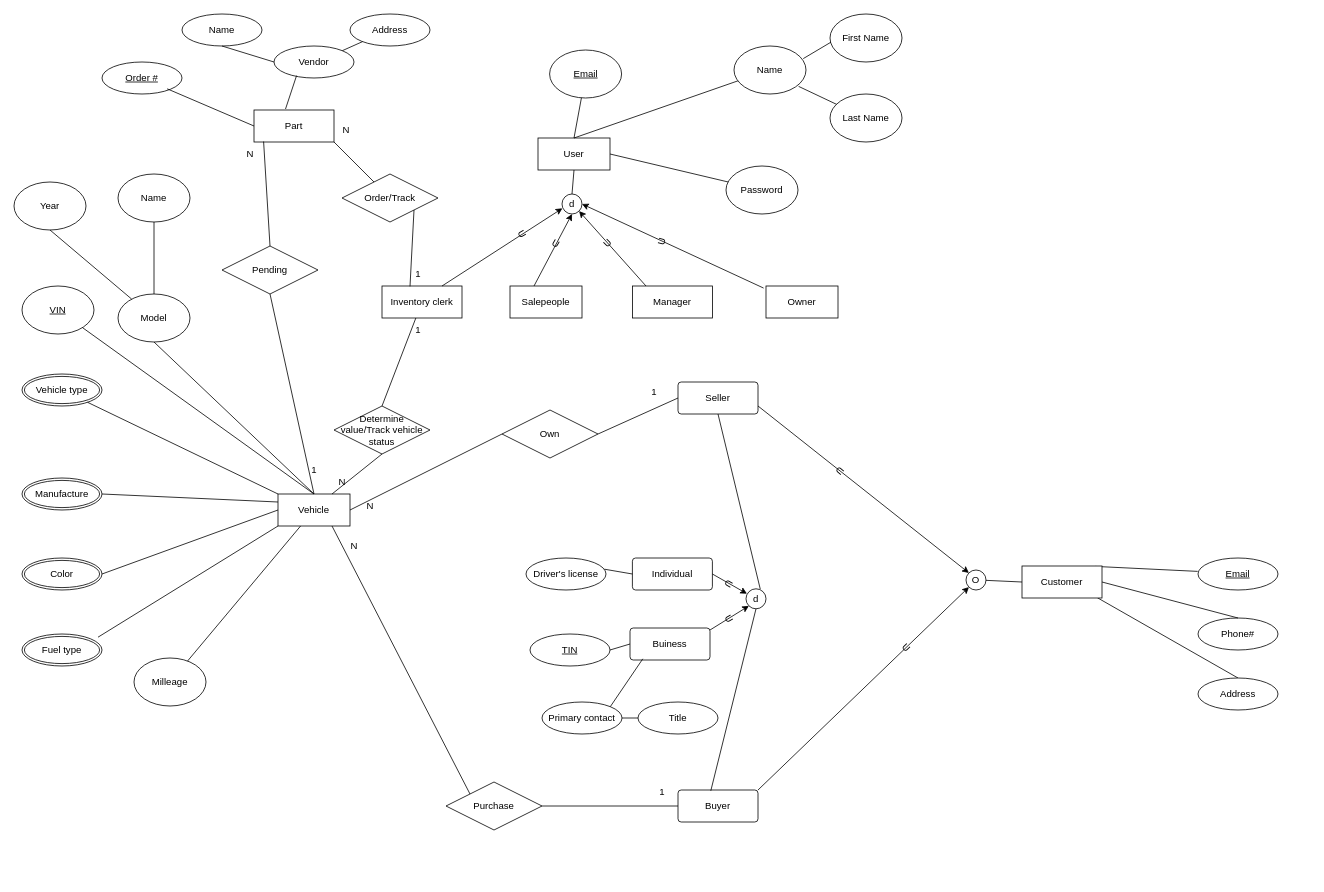
Above: eer/BuzzCar.drawio in elisegao/cs6400 (draw.io), before the change. Source tidied: cells renumbered, new cells numbered last; positions are measured from the earlier drawing's top-left corner, leaving out a move shared by most shapes. Both pictures are drawn from the tidied source at 80%, with x=0, y=0 at pixel (14, 14).
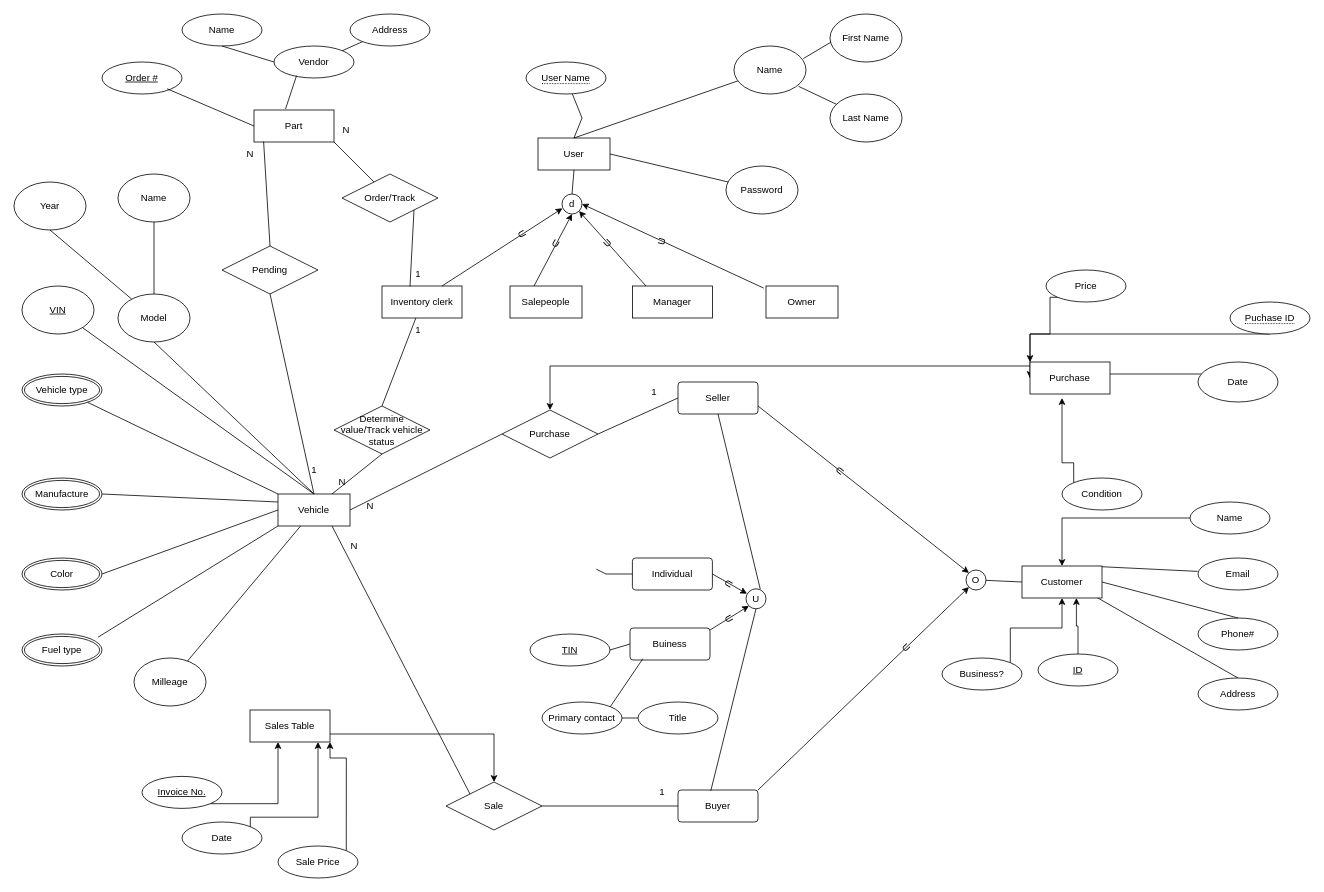
Above is the later version.

The change refers to these unchanged cells:
```xml
<mxCell id="2" value="&lt;font style=&quot;font-size: 12px;&quot;&gt;User&lt;/font&gt;" style="rounded=0;whiteSpace=wrap;html=1;" parent="1" vertex="1">
  <mxGeometry x="655" y="155" width="90" height="40" as="geometry" />
</mxCell>
<mxCell id="73" value="Customer" style="whiteSpace=wrap;html=1;align=center;" parent="1" vertex="1">
  <mxGeometry x="1260" y="690" width="100" height="40" as="geometry" />
</mxCell>
<mxCell id="75" value="Individual" style="rounded=1;arcSize=10;whiteSpace=wrap;html=1;align=center;" parent="1" vertex="1">
  <mxGeometry x="773" y="680" width="100" height="40" as="geometry" />
</mxCell>
```

The edit, as a diff of the source:
```diff
@@
-    <mxCell id="9" value="&lt;font style=&quot;font-size: 12px;&quot;&gt;&lt;u style=&quot;&quot;&gt;Email&lt;/u&gt;&lt;/font&gt;" style="ellipse;whiteSpace=wrap;html=1;" parent="1" vertex="1">
-      <mxGeometry x="669.5" y="45" width="90" height="60" as="geometry" />
-    </mxCell>
-    <mxCell id="10" style="endArrow=none;html=1;rounded=0;exitX=0.5;exitY=0;exitDx=0;exitDy=0;" parent="1" edge="1" source="2" target="9">
-      <mxGeometry relative="1" as="geometry" />
+    <mxCell id="10" style="endArrow=none;html=1;rounded=0;exitX=0.5;exitY=0;exitDx=0;exitDy=0;" parent="1" edge="1" source="2" target="120">
+      <mxGeometry relative="1" as="geometry">
+        <Array as="points">
+          <mxPoint x="710" y="130" />
+        </Array>
+      </mxGeometry>
     </mxCell>
@@
-    <mxCell id="66" value="&lt;u&gt;Email&lt;/u&gt;" style="ellipse;whiteSpace=wrap;html=1;align=center;" parent="1" vertex="1">
+    <mxCell id="66" value="Email" style="ellipse;whiteSpace=wrap;html=1;align=center;" parent="1" vertex="1">
       <mxGeometry x="1480" y="680" width="100" height="40" as="geometry" />
     </mxCell>
@@
-    <mxCell id="77" value="d" style="ellipse;whiteSpace=wrap;html=1;" parent="1" vertex="1">
+    <mxCell id="77" value="U" style="ellipse;whiteSpace=wrap;html=1;" parent="1" vertex="1">
       <mxGeometry x="915" y="718.5" width="25" height="25" as="geometry" />
     </mxCell>
@@
-    <mxCell id="86" value="Driver's license" style="ellipse;whiteSpace=wrap;html=1;align=center;" parent="1" vertex="1">
-      <mxGeometry x="640" y="680" width="100" height="40" as="geometry" />
-    </mxCell>
-    <mxCell id="87" style="endArrow=none;html=1;rounded=0;entryX=0;entryY=0.5;entryDx=0;entryDy=0;exitX=0.98;exitY=0.35;exitDx=0;exitDy=0;exitPerimeter=0;" parent="1" edge="1" source="86" target="75">
-      <mxGeometry relative="1" as="geometry" />
+    <mxCell id="87" style="endArrow=none;html=1;rounded=0;entryX=0;entryY=0.5;entryDx=0;entryDy=0;exitX=0.98;exitY=0.35;exitDx=0;exitDy=0;exitPerimeter=0;" parent="1" edge="1" target="75">
+      <mxGeometry relative="1" as="geometry">
+        <mxPoint x="728" y="694" as="sourcePoint" />
+        <Array as="points">
+          <mxPoint x="740" y="700" />
+        </Array>
+      </mxGeometry>
     </mxCell>
@@
+    <mxCell id="112" style="edgeStyle=orthogonalEdgeStyle;rounded=0;jettySize=auto;html=1;exitX=0;exitY=0.5;exitDx=0;exitDy=0;entryX=0.5;entryY=1;entryDx=0;entryDy=0;" parent="1" edge="1" source="130" target="113">
+      <mxGeometry relative="1" as="geometry">
+        <Array as="points">
+          <mxPoint x="1270" y="450" />
+        </Array>
+      </mxGeometry>
+    </mxCell>
-    <mxCell id="92" value="Own" style="shape=rhombus;perimeter=rhombusPerimeter;whiteSpace=wrap;html=1;align=center;" parent="1" vertex="1">
+    <mxCell id="92" value="Purchase" style="shape=rhombus;perimeter=rhombusPerimeter;whiteSpace=wrap;html=1;align=center;" parent="1" vertex="1">
       <mxGeometry x="610" y="495" width="120" height="60" as="geometry" />
     </mxCell>
@@
-    <mxCell id="95" value="Purchase" style="shape=rhombus;perimeter=rhombusPerimeter;whiteSpace=wrap;html=1;align=center;" parent="1" vertex="1">
+    <mxCell id="95" value="Sale" style="shape=rhombus;perimeter=rhombusPerimeter;whiteSpace=wrap;html=1;align=center;" parent="1" vertex="1">
       <mxGeometry x="540" y="960" width="120" height="60" as="geometry" />
     </mxCell>
@@
+    <mxCell id="113" value="Date" style="ellipse;whiteSpace=wrap;html=1;align=center;" parent="1" vertex="1">
+      <mxGeometry x="1480" y="435" width="100" height="50" as="geometry" />
+    </mxCell>
+    <mxCell id="114" style="edgeStyle=orthogonalEdgeStyle;rounded=0;jettySize=auto;html=1;exitX=0.5;exitY=1;exitDx=0;exitDy=0;entryX=0;entryY=0;entryDx=0;entryDy=0;" parent="1" edge="1" source="115" target="130">
+      <mxGeometry relative="1" as="geometry">
+        <Array as="points">
+          <mxPoint x="1270" y="400" />
+        </Array>
+      </mxGeometry>
+    </mxCell>
+    <mxCell id="115" value="&lt;span style=&quot;border-bottom: 1px dotted&quot;&gt;Puchase ID&lt;/span&gt;" style="ellipse;whiteSpace=wrap;html=1;align=center;" parent="1" vertex="1">
+      <mxGeometry x="1520" y="360" width="100" height="40" as="geometry" />
+    </mxCell>
+    <mxCell id="116" style="edgeStyle=orthogonalEdgeStyle;rounded=0;jettySize=auto;html=1;exitX=0;exitY=1;exitDx=0;exitDy=0;entryX=0;entryY=0.5;entryDx=0;entryDy=0;" parent="1" edge="1" source="117" target="130">
+      <mxGeometry relative="1" as="geometry">
+        <Array as="points">
+          <mxPoint x="1295" y="400" />
+          <mxPoint x="1270" y="400" />
+        </Array>
+      </mxGeometry>
+    </mxCell>
+    <mxCell id="117" value="Price" style="ellipse;whiteSpace=wrap;html=1;align=center;" parent="1" vertex="1">
+      <mxGeometry x="1290" y="320" width="100" height="40" as="geometry" />
+    </mxCell>
+    <mxCell id="118" style="edgeStyle=orthogonalEdgeStyle;rounded=0;jettySize=auto;html=1;exitX=0;exitY=0;exitDx=0;exitDy=0;" parent="1" edge="1" source="119">
+      <mxGeometry relative="1" as="geometry">
+        <mxPoint x="1310" y="480" as="targetPoint" />
+        <Array as="points">
+          <mxPoint x="1325" y="561" />
+          <mxPoint x="1310" y="561" />
+        </Array>
+      </mxGeometry>
+    </mxCell>
+    <mxCell id="119" value="Condition" style="ellipse;whiteSpace=wrap;html=1;align=center;" parent="1" vertex="1">
+      <mxGeometry x="1310" y="580" width="100" height="40" as="geometry" />
+    </mxCell>
+    <mxCell id="120" value="&lt;span style=&quot;border-bottom: 1px dotted&quot;&gt;User Name&lt;/span&gt;" style="ellipse;whiteSpace=wrap;html=1;align=center;" parent="1" vertex="1">
+      <mxGeometry x="640" y="60" width="100" height="40" as="geometry" />
+    </mxCell>
+    <mxCell id="121" style="edgeStyle=orthogonalEdgeStyle;rounded=0;jettySize=auto;html=1;exitX=1;exitY=1;exitDx=0;exitDy=0;" parent="1" edge="1" source="122" target="128">
+      <mxGeometry relative="1" as="geometry">
+        <Array as="points">
+          <mxPoint x="295" y="1004" />
+          <mxPoint x="380" y="1004" />
+        </Array>
+      </mxGeometry>
+    </mxCell>
+    <mxCell id="122" value="Date" style="ellipse;whiteSpace=wrap;html=1;align=center;" parent="1" vertex="1">
+      <mxGeometry x="210" y="1010" width="100" height="40" as="geometry" />
+    </mxCell>
+    <mxCell id="123" style="edgeStyle=orthogonalEdgeStyle;rounded=0;jettySize=auto;html=1;exitX=1;exitY=1;exitDx=0;exitDy=0;entryX=0.35;entryY=1;entryDx=0;entryDy=0;entryPerimeter=0;" parent="1" edge="1" source="124" target="128">
+      <mxGeometry relative="1" as="geometry" />
+    </mxCell>
+    <mxCell id="124" value="Invoice No." style="ellipse;whiteSpace=wrap;html=1;align=center;fontStyle=4;" parent="1" vertex="1">
+      <mxGeometry x="160" y="953" width="100" height="40" as="geometry" />
+    </mxCell>
+    <mxCell id="125" style="edgeStyle=orthogonalEdgeStyle;rounded=0;jettySize=auto;html=1;exitX=1;exitY=0;exitDx=0;exitDy=0;entryX=1;entryY=1;entryDx=0;entryDy=0;" parent="1" edge="1" source="126" target="128">
+      <mxGeometry relative="1" as="geometry">
+        <Array as="points">
+          <mxPoint x="415" y="930" />
+          <mxPoint x="395" y="930" />
+        </Array>
+      </mxGeometry>
+    </mxCell>
+    <mxCell id="126" value="Sale Price" style="ellipse;whiteSpace=wrap;html=1;align=center;" parent="1" vertex="1">
+      <mxGeometry x="330" y="1040" width="100" height="40" as="geometry" />
+    </mxCell>
+    <mxCell id="127" style="edgeStyle=orthogonalEdgeStyle;rounded=0;jettySize=auto;html=1;exitX=1;exitY=0.75;exitDx=0;exitDy=0;" parent="1" edge="1" source="128" target="95">
+      <mxGeometry relative="1" as="geometry" />
+    </mxCell>
+    <mxCell id="128" value="Sales Table" style="whiteSpace=wrap;html=1;align=center;" parent="1" vertex="1">
+      <mxGeometry x="295" y="870" width="100" height="40" as="geometry" />
+    </mxCell>
+    <mxCell id="129" style="edgeStyle=orthogonalEdgeStyle;rounded=0;jettySize=auto;html=1;exitX=0.25;exitY=1;exitDx=0;exitDy=0;entryX=0.5;entryY=0;entryDx=0;entryDy=0;" parent="1" edge="1" source="130" target="92">
+      <mxGeometry relative="1" as="geometry">
+        <Array as="points">
+          <mxPoint x="1295" y="440" />
+          <mxPoint x="670" y="440" />
+        </Array>
+      </mxGeometry>
+    </mxCell>
+    <mxCell id="130" value="Purchase" style="whiteSpace=wrap;html=1;align=center;" parent="1" vertex="1">
+      <mxGeometry x="1270" y="435" width="100" height="40" as="geometry" />
+    </mxCell>
+    <mxCell id="131" style="edgeStyle=orthogonalEdgeStyle;rounded=0;jettySize=auto;html=1;exitX=0.5;exitY=0;exitDx=0;exitDy=0;entryX=0.68;entryY=1;entryDx=0;entryDy=0;entryPerimeter=0;exitPerimeter=0;" parent="1" edge="1" source="132" target="73">
+      <mxGeometry relative="1" as="geometry" />
+    </mxCell>
+    <mxCell id="132" value="ID" style="ellipse;whiteSpace=wrap;html=1;align=center;fontStyle=4;" parent="1" vertex="1">
+      <mxGeometry x="1280" y="800" width="100" height="40" as="geometry" />
+    </mxCell>
+    <mxCell id="133" style="edgeStyle=orthogonalEdgeStyle;rounded=0;jettySize=auto;html=1;exitX=0;exitY=0.5;exitDx=0;exitDy=0;entryX=0.5;entryY=0;entryDx=0;entryDy=0;" parent="1" edge="1" source="134" target="73">
+      <mxGeometry relative="1" as="geometry" />
+    </mxCell>
+    <mxCell id="134" value="Name" style="ellipse;whiteSpace=wrap;html=1;align=center;" parent="1" vertex="1">
+      <mxGeometry x="1470" y="610" width="100" height="40" as="geometry" />
+    </mxCell>
+    <mxCell id="135" style="edgeStyle=orthogonalEdgeStyle;rounded=0;jettySize=auto;html=1;exitX=1;exitY=0;exitDx=0;exitDy=0;" parent="1" edge="1" source="136" target="73">
+      <mxGeometry relative="1" as="geometry" />
+    </mxCell>
+    <mxCell id="136" value="Business?" style="ellipse;whiteSpace=wrap;html=1;align=center;" parent="1" vertex="1">
+      <mxGeometry x="1160" y="805" width="100" height="40" as="geometry" />
+    </mxCell>
```
